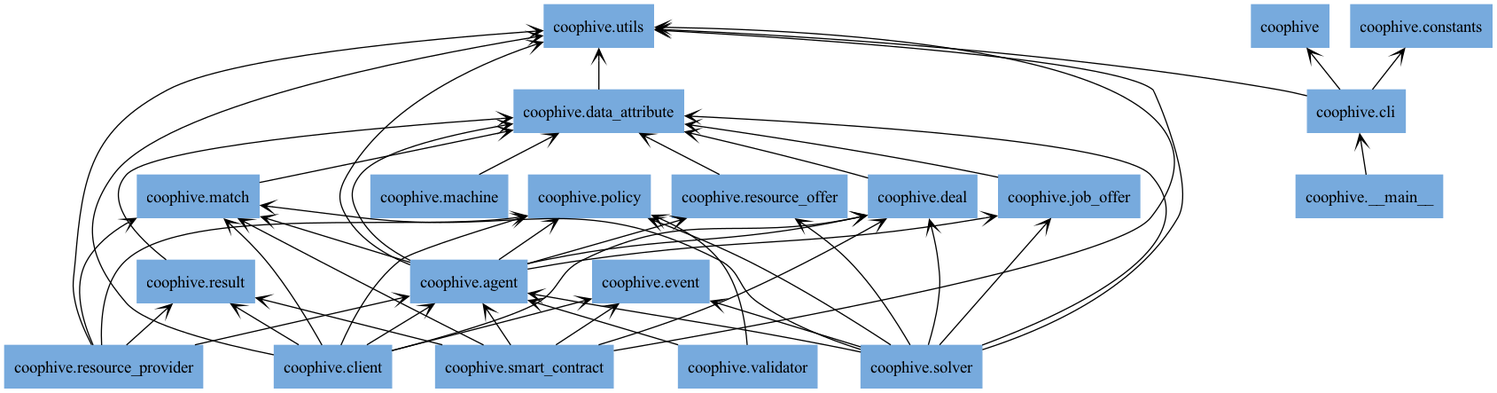
Earlier version of the Graphviz export docs/img/packages_coophive.png (CoopHive/Apiary). Its source is kept beside it as docs/img/packages_coophive.dot.
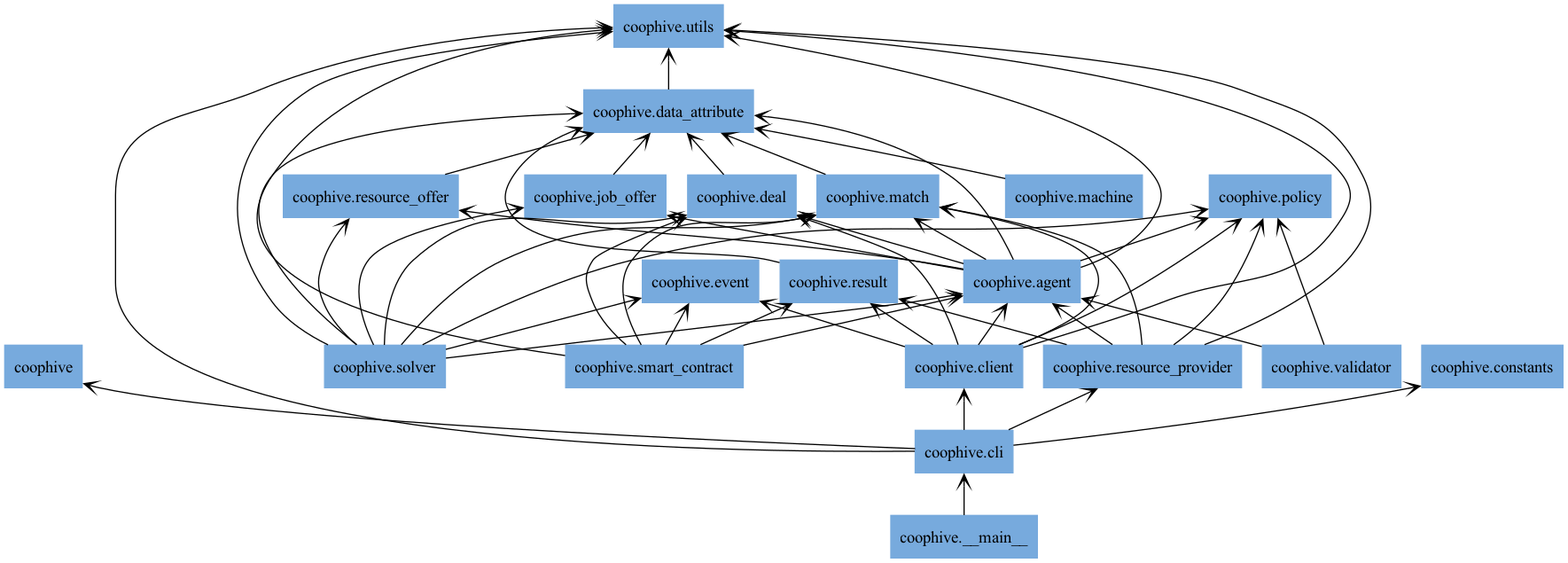
After the change.

What changed in the source:
```diff
@@ -30,7 +30,9 @@
 "coophive.agent" -> "coophive.resource_offer" [arrowhead="open", arrowtail="none"];
 "coophive.agent" -> "coophive.utils" [arrowhead="open", arrowtail="none"];
 "coophive.cli" -> "coophive" [arrowhead="open", arrowtail="none"];
+"coophive.cli" -> "coophive.client" [arrowhead="open", arrowtail="none"];
 "coophive.cli" -> "coophive.constants" [arrowhead="open", arrowtail="none"];
+"coophive.cli" -> "coophive.resource_provider" [arrowhead="open", arrowtail="none"];
 "coophive.cli" -> "coophive.utils" [arrowhead="open", arrowtail="none"];
 "coophive.client" -> "coophive.agent" [arrowhead="open", arrowtail="none"];
 "coophive.client" -> "coophive.deal" [arrowhead="open", arrowtail="none"];
```
